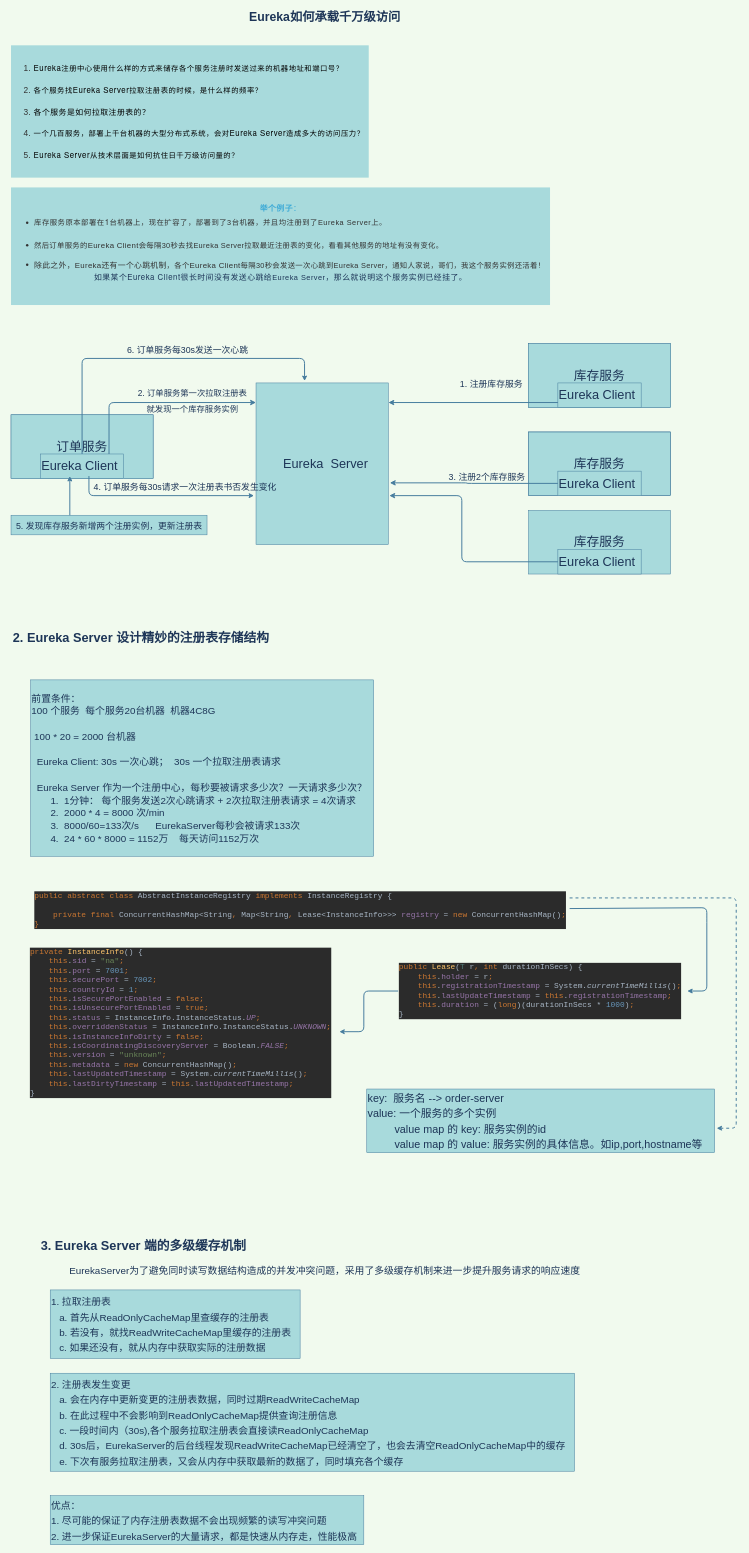
Before: page "Eureka如何承载千万级访问" (2 of 2) of CI/CI/moeed.drawio in liudongdong0909/draw, a draw.io diagram. Source tidied: cells renumbered, new cells numbered last; positions are measured from the earlier drawing's top-left corner, leaving out a move shared by most shapes. Both pictures are drawn from the tidied source at 49%, with x=0, y=0 at pixel (8, 8).
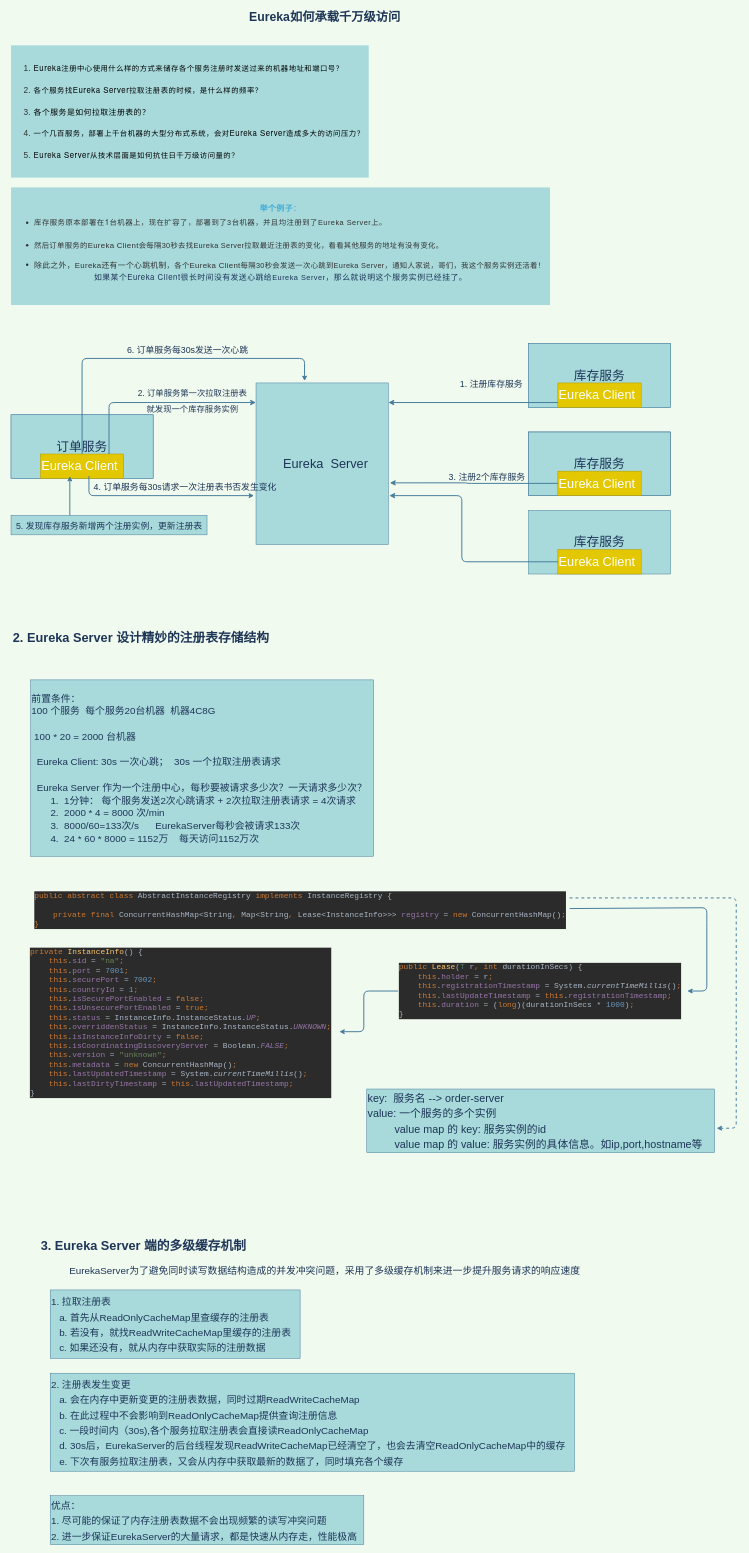
The same diagram, later.

The change refers to these unchanged cells:
```xml
<mxCell id="15" style="group;fillColor=#A8DADC;strokeColor=#457B9D;fontColor=#1D3557;" parent="14" vertex="1">
  <mxGeometry y="10" width="290" height="130" as="geometry" />
</mxCell>
<mxCell id="18" style="group;fillColor=#A8DADC;strokeColor=#457B9D;fontColor=#1D3557;" parent="12" vertex="1">
  <mxGeometry x="1056" y="190" width="290" height="130" as="geometry" />
</mxCell>
<mxCell id="21" style="group;fontColor=#1D3557;" parent="12" vertex="1">
  <mxGeometry x="1056" y="350" width="290" height="130" as="geometry" />
</mxCell>
<mxCell id="25" style="group;fillColor=#A8DADC;strokeColor=#457B9D;fontColor=#1D3557;" parent="24" vertex="1">
  <mxGeometry y="10" width="290" height="130" as="geometry" />
</mxCell>
```

Change to the diagram source:
```diff
@@
-    <mxCell id="17" value="Eureka Client" style="whiteSpace=wrap;html=1;fillColor=#A8DADC;fontSize=26;align=left;strokeColor=#457B9D;fontColor=#1D3557;" parent="15" vertex="1">
+    <mxCell id="17" value="Eureka Client" style="whiteSpace=wrap;html=1;fillColor=#e3c800;fontSize=26;align=left;strokeColor=#B09500;fontColor=#ffffff;" parent="15" vertex="1">
       <mxGeometry x="60" y="80" width="170" height="50" as="geometry" />
     </mxCell>
@@
-    <mxCell id="20" value="Eureka Client" style="whiteSpace=wrap;html=1;fillColor=#A8DADC;fontSize=26;align=left;strokeColor=#457B9D;fontColor=#1D3557;" parent="18" vertex="1">
+    <mxCell id="20" value="Eureka Client" style="whiteSpace=wrap;html=1;fillColor=#e3c800;fontSize=26;align=left;strokeColor=#B09500;fontColor=#ffffff;" parent="18" vertex="1">
       <mxGeometry x="60" y="80" width="170" height="50" as="geometry" />
     </mxCell>
@@
-    <mxCell id="23" value="Eureka Client" style="whiteSpace=wrap;html=1;fillColor=#A8DADC;fontSize=26;align=left;strokeColor=#457B9D;fontColor=#1D3557;" parent="21" vertex="1">
+    <mxCell id="23" value="Eureka Client" style="whiteSpace=wrap;html=1;fillColor=#e3c800;fontSize=26;align=left;strokeColor=#B09500;fontColor=#ffffff;" parent="21" vertex="1">
       <mxGeometry x="60" y="80" width="170" height="50" as="geometry" />
     </mxCell>
@@
-    <mxCell id="27" value="Eureka Client" style="whiteSpace=wrap;html=1;fillColor=#A8DADC;fontSize=26;align=left;strokeColor=#457B9D;fontColor=#1D3557;" parent="25" vertex="1">
+    <mxCell id="27" value="Eureka Client" style="whiteSpace=wrap;html=1;fillColor=#e3c800;fontSize=26;align=left;strokeColor=#B09500;fontColor=#ffffff;" parent="25" vertex="1">
       <mxGeometry x="60" y="80" width="170" height="50" as="geometry" />
     </mxCell>
```
